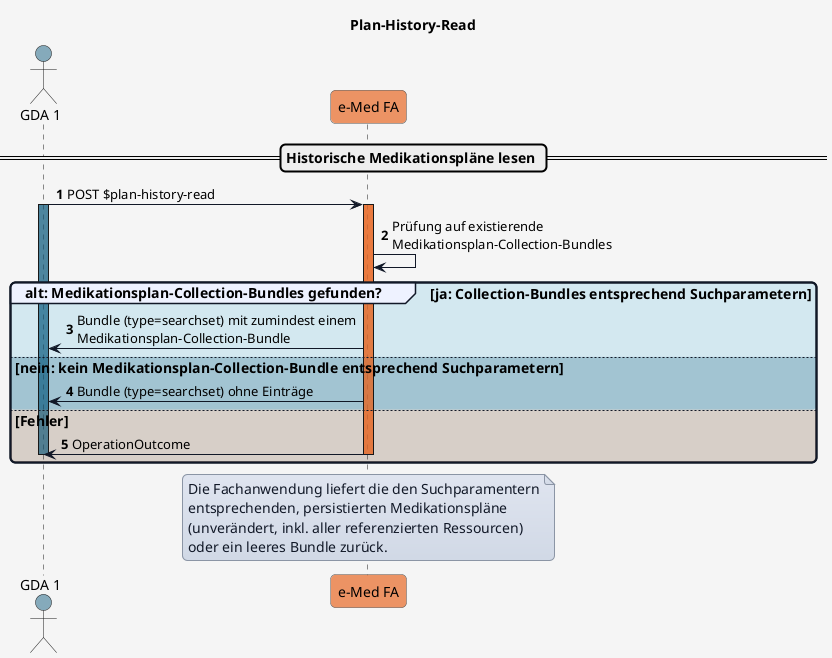
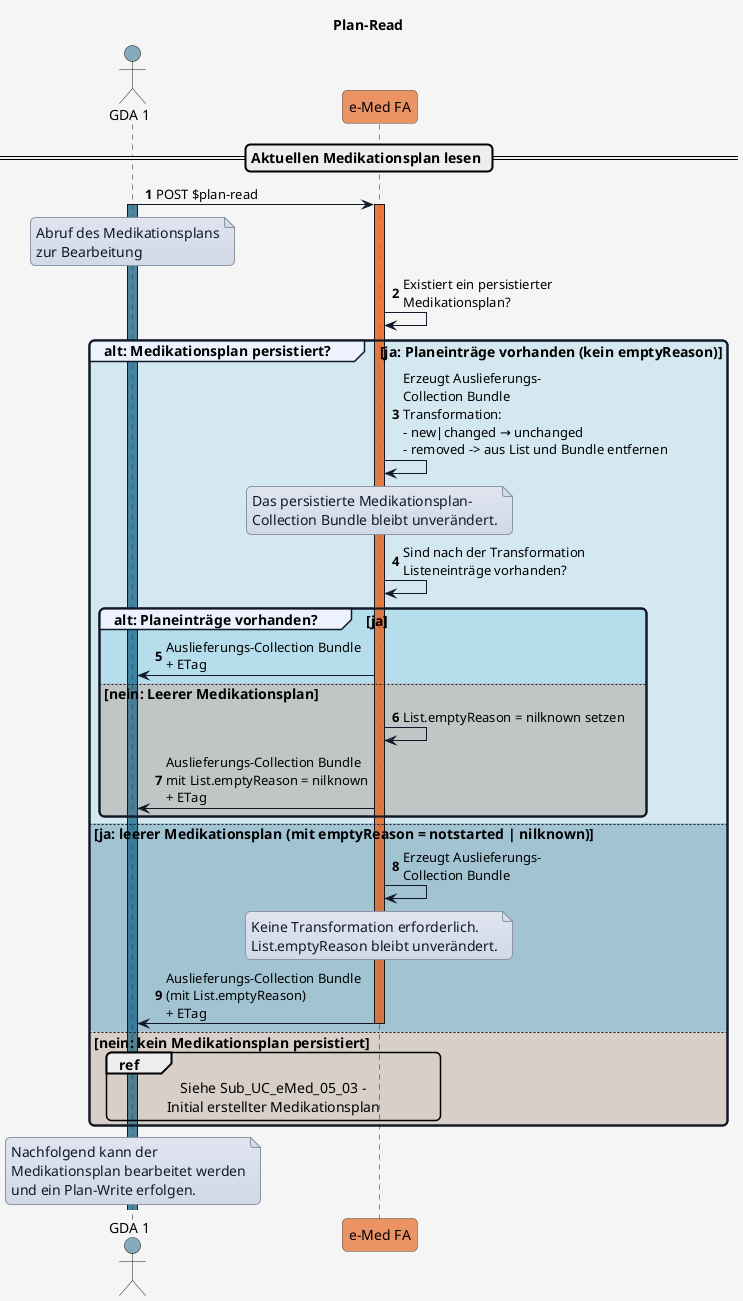
@startuml
- title Plan-History-Read
+ title Plan-Read

'skinparam actorStyle awesome

skinparam borderColor #000000
skinparam backgroundColor #f5f5f5
skinparam shadowing false
skinparam roundCorner 10
skinparam defaultFontName "Arial"
skinparam defaultFontSize 14
skinparam defaultFontColor #000000
skinparam HyperlinkColor #0000EE
skinparam HyperlinkUnderline false
skinparam BoxPadding 20
skinparam BoxBorderColor #555555

skinparam note {
  BackgroundColor #e0e5f0-#d1d9e6
  BorderColor #8b95a5
  BorderThickness 1
  RoundCorner 0
  Padding 6
  FontColor #111827
  Shadowing false
}

skinparam sequence {
  ParticipantBorderColor #555555
  ParticipantBackgroundColor #ffffff
  ParticipantFontColor #000000
  ParticipantFontSize 14
  ParticipantPadding 20
  ArrowColor #111827
  ArrowThickness 1
  ArrowFontColor #000000
  ArrowFontSize 13
  GroupBorderColor #111827
  GroupBackgroundColor #eef2ff
  GroupBorderThickness 2
}

!define COLOR_GDA_1    #15608280
!define COLOR_GDA_2    #96607D80
!define COLOR_PATIENT  #196B2480
!define COLOR_APO      #0F9ED590
!define COLOR_EMED_FA  #e97232bd
!define COLOR_E_REZEPT #cd3732a9

!define COLOR_OK       #0F9ED525
!define COLOR_OK_2     #34738d4e
!define COLOR_ERROR    #E9713235

- 
actor GDA_1 as "GDA 1" COLOR_GDA_1
participant eMed_FA as "e-Med FA" COLOR_EMED_FA


autonumber

- == Historische Medikationspläne lesen ==
+ == Aktuellen Medikationsplan lesen ==

- GDA_1 -> eMed_FA: POST $plan-history-read
+ GDA_1 -> eMed_FA: POST $plan-read
activate GDA_1 COLOR_GDA_1

+ note over GDA_1
+ Abruf des Medikationsplans
+ zur Bearbeitung
+ end note
+ 
activate eMed_FA COLOR_EMED_FA
- eMed_FA -> eMed_FA: Prüfung auf existierende\nMedikationsplan-Collection-Bundles
+ eMed_FA -> eMed_FA: Existiert ein persistierter\nMedikationsplan?

- group COLOR_OK alt: Medikationsplan-Collection-Bundles gefunden? [ja: Collection-Bundles entsprechend Suchparametern]
-   eMed_FA -> GDA_1: Bundle (type=searchset) mit zumindest einem\nMedikationsplan-Collection-Bundle
- else COLOR_OK_2 nein: kein Medikationsplan-Collection-Bundle entsprechend Suchparametern
-   eMed_FA -> GDA_1: Bundle (type=searchset) ohne Einträge
- else COLOR_ERROR Fehler
-   eMed_FA -> GDA_1: OperationOutcome
-   deactivate GDA_1
+ group COLOR_OK alt: Medikationsplan persistiert? [ja: Planeinträge vorhanden (kein emptyReason)]
+   eMed_FA -> eMed_FA: Erzeugt Auslieferungs-\nCollection Bundle\nTransformation:\n- new|changed → unchanged\n- removed -> aus List und Bundle entfernen
+   note over eMed_FA
+   Das persistierte Medikationsplan-
+   Collection Bundle bleibt unverändert.
+   end note
+   eMed_FA -> eMed_FA: Sind nach der Transformation\nListeneinträge vorhanden?
+ 
+   group COLOR_OK alt: Planeinträge vorhanden? [ja]
+     eMed_FA -> GDA_1: Auslieferungs-Collection Bundle\n+ ETag
+ 
+   else COLOR_ERROR nein: Leerer Medikationsplan
+ 
+     eMed_FA -> eMed_FA: List.emptyReason = nilknown setzen
+     eMed_FA -> GDA_1: Auslieferungs-Collection Bundle\nmit List.emptyReason = nilknown\n+ ETag
+ 
+   end
+ 
+ else COLOR_OK_2 ja: leerer Medikationsplan (mit emptyReason = notstarted | nilknown)
+ 
+   eMed_FA -> eMed_FA: Erzeugt Auslieferungs-\nCollection Bundle
+   note over eMed_FA
+   Keine Transformation erforderlich.
+   List.emptyReason bleibt unverändert.
+   end note
+   eMed_FA -> GDA_1: Auslieferungs-Collection Bundle\n(mit List.emptyReason)\n+ ETag
+ 
+ 
+ else COLOR_ERROR nein: kein Medikationsplan persistiert
+ 
+   ref over GDA_1,eMed_FA
+   Siehe Sub_UC_eMed_05_03 -
+   Initial erstellter Medikationsplan
+   end ref
+ 
  deactivate eMed_FA
end

- note over eMed_FA
- Die Fachanwendung liefert die den Suchparamentern
- entsprechenden, persistierten Medikationspläne
- (unverändert, inkl. aller referenzierten Ressourcen)
- oder ein leeres Bundle zurück.
+ note over GDA_1
+ Nachfolgend kann der
+ Medikationsplan bearbeitet werden
+ und ein Plan-Write erfolgen.
end note

- 
@enduml